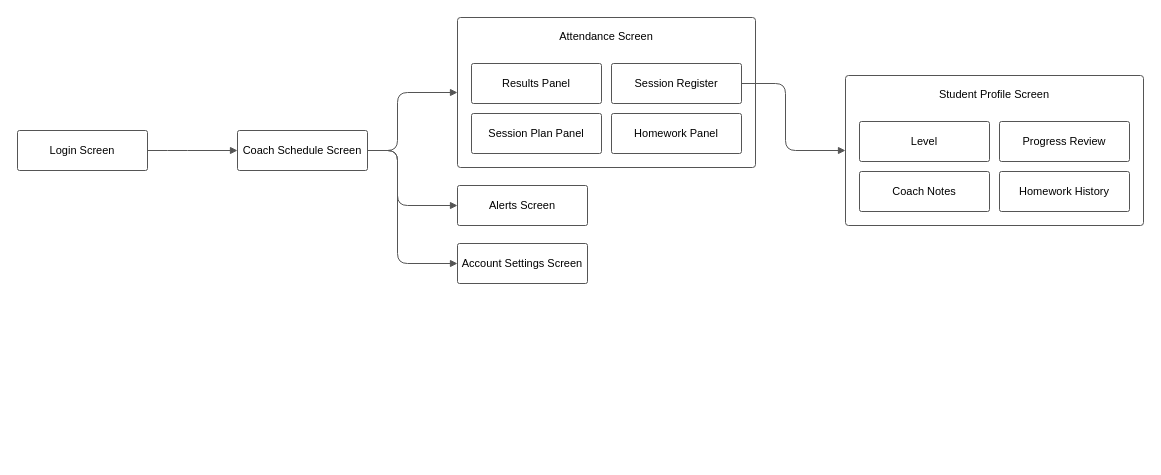
This is docs/drawio/04-Coach.drawio from thanhsu263/sport-center-management-system, a draw.io file, before an edit. Source tidied: cells renumbered, new cells numbered last; positions are measured from the earlier drawing's top-left corner, leaving out a move shared by most shapes. Both pictures are drawn from the tidied source at 100%, with x=0, y=0 at pixel (17, 17).
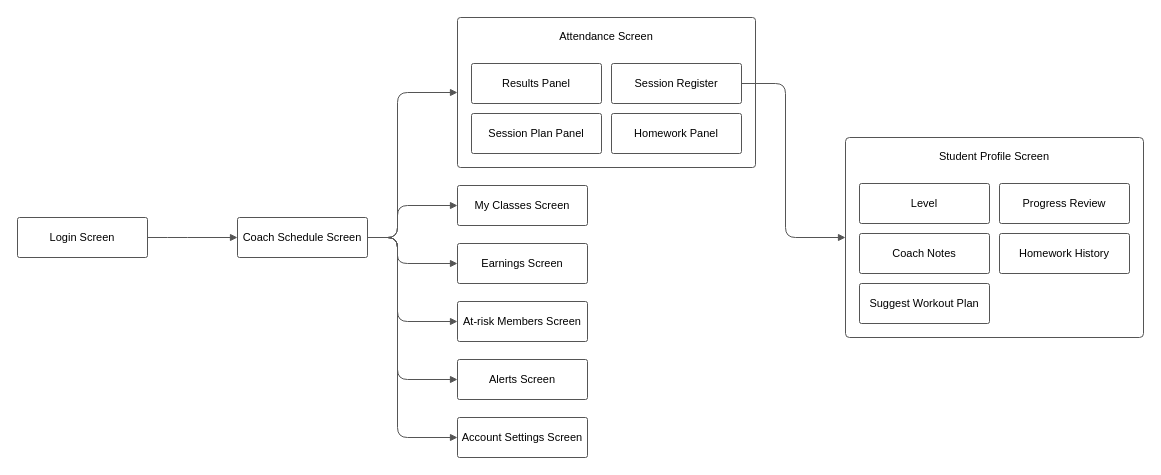
The same diagram, later.

Unchanged cells that the change refers to:
```xml
<mxCell id="4" value="Attendance Screen" style="rounded=1;arcSize=2;whiteSpace=wrap;html=1;fillColor=#ffffff;strokeColor=#555555;strokeWidth=1;verticalAlign=top;align=center;spacingTop=6;fontStyle=0;fontSize=11;fontFamily=Arial;" parent="1" vertex="1">
  <mxGeometry x="440" width="298" height="150" as="geometry" />
</mxCell>
<mxCell id="6" value="Session Register" style="rounded=1;arcSize=5;whiteSpace=wrap;html=1;fillColor=#ffffff;strokeColor=#555555;strokeWidth=1;fontSize=11;fontFamily=Arial;shadow=0;" parent="4" vertex="1">
  <mxGeometry x="154" y="46" width="130" height="40" as="geometry" />
</mxCell>
```

The edit, as a diff of the source:
```diff
@@
     <mxCell id="2" value="Login Screen" style="rounded=1;arcSize=5;whiteSpace=wrap;html=1;fillColor=#ffffff;strokeColor=#555555;strokeWidth=1;fontSize=11;fontFamily=Arial;shadow=0;" parent="1" vertex="1">
-      <mxGeometry y="113" width="130" height="40" as="geometry" />
+      <mxGeometry y="200" width="130" height="40" as="geometry" />
     </mxCell>
     <mxCell id="3" value="Coach Schedule Screen" style="rounded=1;arcSize=5;whiteSpace=wrap;html=1;fillColor=#ffffff;strokeColor=#555555;strokeWidth=1;fontSize=11;fontFamily=Arial;shadow=0;" parent="1" vertex="1">
-      <mxGeometry x="220" y="113" width="130" height="40" as="geometry" />
+      <mxGeometry x="220" y="200" width="130" height="40" as="geometry" />
     </mxCell>
@@
+    <mxCell id="21" value="My Classes Screen" style="rounded=1;arcSize=5;whiteSpace=wrap;html=1;fillColor=#ffffff;strokeColor=#555555;strokeWidth=1;fontSize=11;fontFamily=Arial;shadow=0;" parent="1" vertex="1">
+      <mxGeometry x="440" y="168" width="130" height="40" as="geometry" />
+    </mxCell>
+    <mxCell id="22" value="Earnings Screen" style="rounded=1;arcSize=5;whiteSpace=wrap;html=1;fillColor=#ffffff;strokeColor=#555555;strokeWidth=1;fontSize=11;fontFamily=Arial;shadow=0;" parent="1" vertex="1">
+      <mxGeometry x="440" y="226" width="130" height="40" as="geometry" />
+    </mxCell>
+    <mxCell id="23" value="At-risk Members Screen" style="rounded=1;arcSize=5;whiteSpace=wrap;html=1;fillColor=#ffffff;strokeColor=#555555;strokeWidth=1;fontSize=11;fontFamily=Arial;shadow=0;" parent="1" vertex="1">
+      <mxGeometry x="440" y="284" width="130" height="40" as="geometry" />
+    </mxCell>
     <mxCell id="9" value="Alerts Screen" style="rounded=1;arcSize=5;whiteSpace=wrap;html=1;fillColor=#ffffff;strokeColor=#555555;strokeWidth=1;fontSize=11;fontFamily=Arial;shadow=0;" parent="1" vertex="1">
-      <mxGeometry x="440" y="168" width="130" height="40" as="geometry" />
+      <mxGeometry x="440" y="342" width="130" height="40" as="geometry" />
     </mxCell>
     <mxCell id="10" value="Account Settings Screen" style="rounded=1;arcSize=5;whiteSpace=wrap;html=1;fillColor=#ffffff;strokeColor=#555555;strokeWidth=1;fontSize=11;fontFamily=Arial;shadow=0;" parent="1" vertex="1">
-      <mxGeometry x="440" y="226" width="130" height="40" as="geometry" />
+      <mxGeometry x="440" y="400" width="130" height="40" as="geometry" />
     </mxCell>
     <mxCell id="11" value="Student Profile Screen" style="rounded=1;arcSize=2;whiteSpace=wrap;html=1;fillColor=#ffffff;strokeColor=#555555;strokeWidth=1;verticalAlign=top;align=center;spacingTop=6;fontStyle=0;fontSize=11;fontFamily=Arial;" parent="1" vertex="1">
-      <mxGeometry x="828" y="58" width="298" height="150" as="geometry" />
+      <mxGeometry x="828" y="120" width="298" height="200" as="geometry" />
     </mxCell>
@@
+    <mxCell id="24" value="Suggest Workout Plan" style="rounded=1;arcSize=5;whiteSpace=wrap;html=1;fillColor=#ffffff;strokeColor=#555555;strokeWidth=1;fontSize=11;fontFamily=Arial;shadow=0;" parent="11" vertex="1">
+      <mxGeometry x="14" y="146" width="130" height="40" as="geometry" />
+    </mxCell>
     <mxCell id="16" style="edgeStyle=orthogonalEdgeStyle;rounded=1;html=1;endArrow=block;endFill=1;endSize=5;strokeColor=#555555;strokeWidth=1;fontSize=11;fontFamily=Arial;labelBackgroundColor=#ffffff;exitX=1;exitY=0.5;entryX=0;entryY=0.5;" parent="1" edge="1" source="2" target="3">
       <mxGeometry relative="1" as="geometry">
         <Array as="points">
-          <mxPoint x="160" y="133" />
-          <mxPoint x="160" y="133" />
+          <mxPoint x="160" y="220" />
+          <mxPoint x="160" y="220" />
         </Array>
       </mxGeometry>
     </mxCell>
     <mxCell id="17" style="edgeStyle=orthogonalEdgeStyle;rounded=1;html=1;endArrow=block;endFill=1;endSize=5;strokeColor=#555555;strokeWidth=1;fontSize=11;fontFamily=Arial;labelBackgroundColor=#ffffff;exitX=1;exitY=0.5;entryX=0;entryY=0.5;" parent="1" edge="1" source="3" target="4">
       <mxGeometry relative="1" as="geometry">
         <Array as="points">
-          <mxPoint x="380" y="133" />
+          <mxPoint x="380" y="220" />
           <mxPoint x="380" y="75" />
         </Array>
       </mxGeometry>
     </mxCell>
-    <mxCell id="18" style="edgeStyle=orthogonalEdgeStyle;rounded=1;html=1;endArrow=block;endFill=1;endSize=5;strokeColor=#555555;strokeWidth=1;fontSize=11;fontFamily=Arial;labelBackgroundColor=#ffffff;exitX=1;exitY=0.5;entryX=0;entryY=0.5;" parent="1" edge="1" source="3" target="9">
+    <mxCell id="18" style="edgeStyle=orthogonalEdgeStyle;rounded=1;html=1;endArrow=block;endFill=1;endSize=5;strokeColor=#555555;strokeWidth=1;fontSize=11;fontFamily=Arial;labelBackgroundColor=#ffffff;exitX=1;exitY=0.5;entryX=0;entryY=0.5;" parent="1" edge="1" source="3" target="21">
       <mxGeometry relative="1" as="geometry">
         <Array as="points">
-          <mxPoint x="380" y="133" />
+          <mxPoint x="380" y="220" />
           <mxPoint x="380" y="188" />
         </Array>
       </mxGeometry>
     </mxCell>
-    <mxCell id="19" style="edgeStyle=orthogonalEdgeStyle;rounded=1;html=1;endArrow=block;endFill=1;endSize=5;strokeColor=#555555;strokeWidth=1;fontSize=11;fontFamily=Arial;labelBackgroundColor=#ffffff;exitX=1;exitY=0.5;entryX=0;entryY=0.5;" parent="1" edge="1" source="3" target="10">
+    <mxCell id="19" style="edgeStyle=orthogonalEdgeStyle;rounded=1;html=1;endArrow=block;endFill=1;endSize=5;strokeColor=#555555;strokeWidth=1;fontSize=11;fontFamily=Arial;labelBackgroundColor=#ffffff;exitX=1;exitY=0.5;entryX=0;entryY=0.5;" parent="1" edge="1" source="3" target="22">
       <mxGeometry relative="1" as="geometry">
         <Array as="points">
-          <mxPoint x="380" y="133" />
+          <mxPoint x="380" y="220" />
           <mxPoint x="380" y="246" />
         </Array>
       </mxGeometry>
     </mxCell>
-    <mxCell id="20" style="edgeStyle=orthogonalEdgeStyle;rounded=1;html=1;endArrow=block;endFill=1;endSize=5;strokeColor=#555555;strokeWidth=1;fontSize=11;fontFamily=Arial;labelBackgroundColor=#ffffff;exitX=1;exitY=0.5;entryX=0;entryY=0.5;" parent="1" edge="1" source="6" target="11">
+    <mxCell id="20" style="edgeStyle=orthogonalEdgeStyle;rounded=1;html=1;endArrow=block;endFill=1;endSize=5;strokeColor=#555555;strokeWidth=1;fontSize=11;fontFamily=Arial;labelBackgroundColor=#ffffff;exitX=1;exitY=0.5;entryX=0;entryY=0.5;" parent="1" edge="1" source="3" target="23">
       <mxGeometry relative="1" as="geometry">
         <Array as="points">
-          <mxPoint x="768" y="66" />
-          <mxPoint x="768" y="133" />
+          <mxPoint x="380" y="220" />
+          <mxPoint x="380" y="304" />
         </Array>
       </mxGeometry>
     </mxCell>
+    <mxCell id="25" style="edgeStyle=orthogonalEdgeStyle;rounded=1;html=1;endArrow=block;endFill=1;endSize=5;strokeColor=#555555;strokeWidth=1;fontSize=11;fontFamily=Arial;labelBackgroundColor=#ffffff;exitX=1;exitY=0.5;entryX=0;entryY=0.5;" parent="1" edge="1" source="3" target="9">
+      <mxGeometry relative="1" as="geometry">
+        <Array as="points">
+          <mxPoint x="380" y="220" />
+          <mxPoint x="380" y="362" />
+        </Array>
+      </mxGeometry>
+    </mxCell>
+    <mxCell id="26" style="edgeStyle=orthogonalEdgeStyle;rounded=1;html=1;endArrow=block;endFill=1;endSize=5;strokeColor=#555555;strokeWidth=1;fontSize=11;fontFamily=Arial;labelBackgroundColor=#ffffff;exitX=1;exitY=0.5;entryX=0;entryY=0.5;" parent="1" edge="1" source="3" target="10">
+      <mxGeometry relative="1" as="geometry">
+        <Array as="points">
+          <mxPoint x="380" y="220" />
+          <mxPoint x="380" y="420" />
+        </Array>
+      </mxGeometry>
+    </mxCell>
+    <mxCell id="27" style="edgeStyle=orthogonalEdgeStyle;rounded=1;html=1;endArrow=block;endFill=1;endSize=5;strokeColor=#555555;strokeWidth=1;fontSize=11;fontFamily=Arial;labelBackgroundColor=#ffffff;exitX=1;exitY=0.5;entryX=0;entryY=0.5;" parent="1" edge="1" source="6" target="11">
+      <mxGeometry relative="1" as="geometry">
+        <Array as="points">
+          <mxPoint x="768" y="66" />
+          <mxPoint x="768" y="220" />
+        </Array>
+      </mxGeometry>
+    </mxCell>
```
